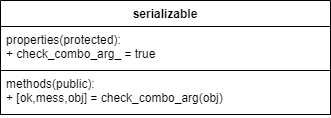
This is documentation/diagrams/Serializable_validation_interface.png from pace-neutrons/Horace, a draw.io export, as it was before one commit. Source tidied: cells renumbered, new cells last; positions are measured from the earlier drawing's top-left corner, leaving out a move shared by most shapes.
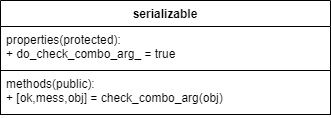
After the change.

Commit message:
Re #803 finished with processing review comments.

What changed in the source:
```diff
@@ -5,7 +5,7 @@
     <mxCell id="2" value="serializable" style="swimlane;fontStyle=1;align=center;verticalAlign=top;horizontal=1;startSize=26;" parent="1" vertex="1">
       <mxGeometry width="330" height="114" as="geometry" />
     </mxCell>
-    <mxCell id="3" value="properties(protected):&#10;+ check_combo_arg_ = true&#10;&#10;" style="text;strokeColor=none;fillColor=none;align=left;verticalAlign=top;spacingLeft=4;spacingRight=4;overflow=hidden;" parent="2" vertex="1">
+    <mxCell id="3" value="properties(protected):&#10;+ do_check_combo_arg_ = true&#10;&#10;" style="text;strokeColor=none;fillColor=none;align=left;verticalAlign=top;spacingLeft=4;spacingRight=4;overflow=hidden;" parent="2" vertex="1">
       <mxGeometry y="26" width="330" height="44" as="geometry" />
     </mxCell>
     <mxCell id="4" value="methods(public):&#10;+ [ok,mess,obj] = check_combo_arg(obj)&#10;&#10;" style="text;fillColor=none;align=left;verticalAlign=top;spacingLeft=4;spacingRight=4;overflow=hidden;strokeColor=#000000;" parent="2" vertex="1">
```
